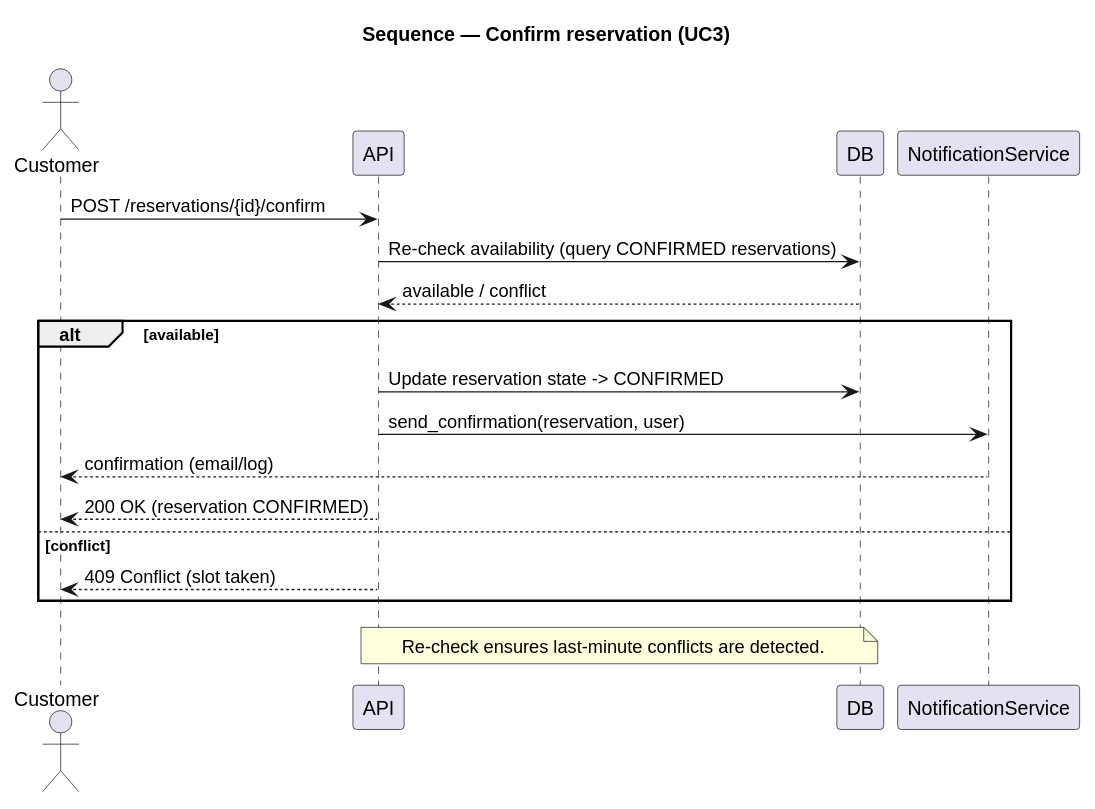
DavidMagyarics/CarRentalVSB keeps this PlantUML diagram as docs/diagrams/sequence_confirm_reservation.svg. Above is the earlier version.
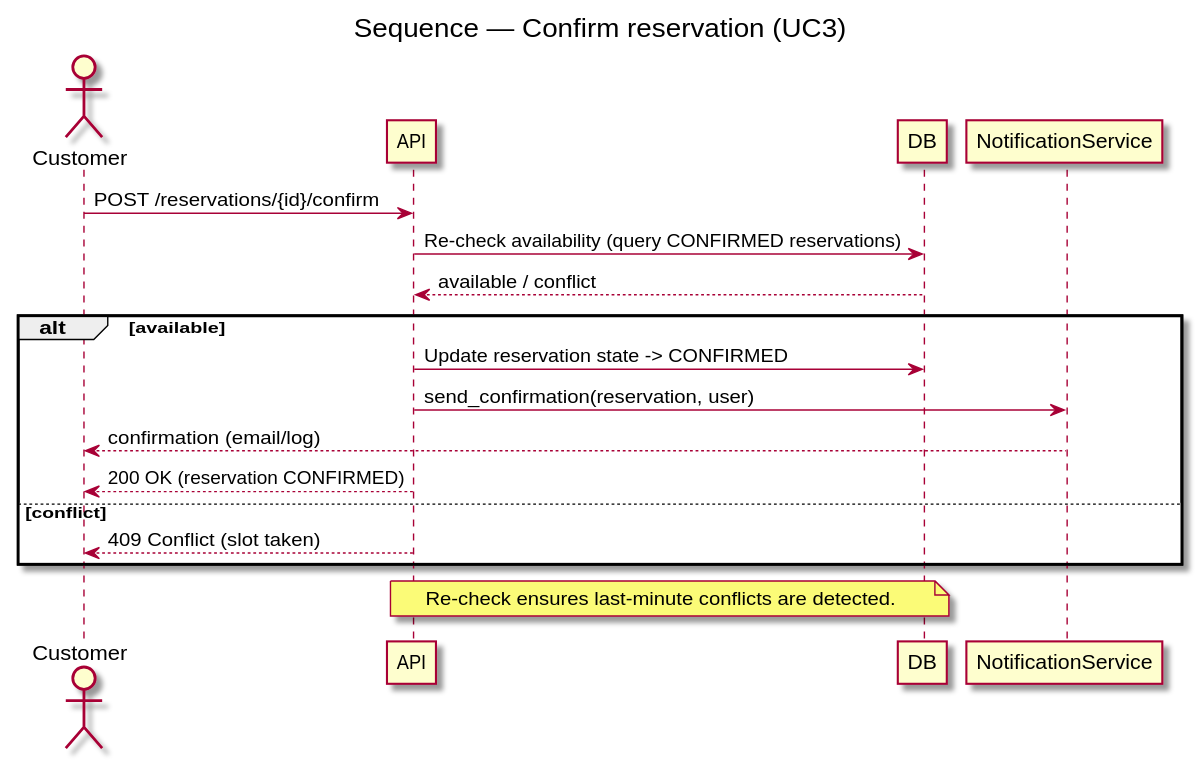
The same file after the commit.

Diff of the diagram source:
```diff
@@ -1,4 +1,4 @@
-@startuml
+@startuml sequence_confirm_reservation
 title Sequence — Confirm reservation (UC3)
 
 actor Customer
@@ -22,4 +22,5 @@
 note over API,DB
   Re-check ensures last-minute conflicts are detected.
 end note
+
 @enduml
```
